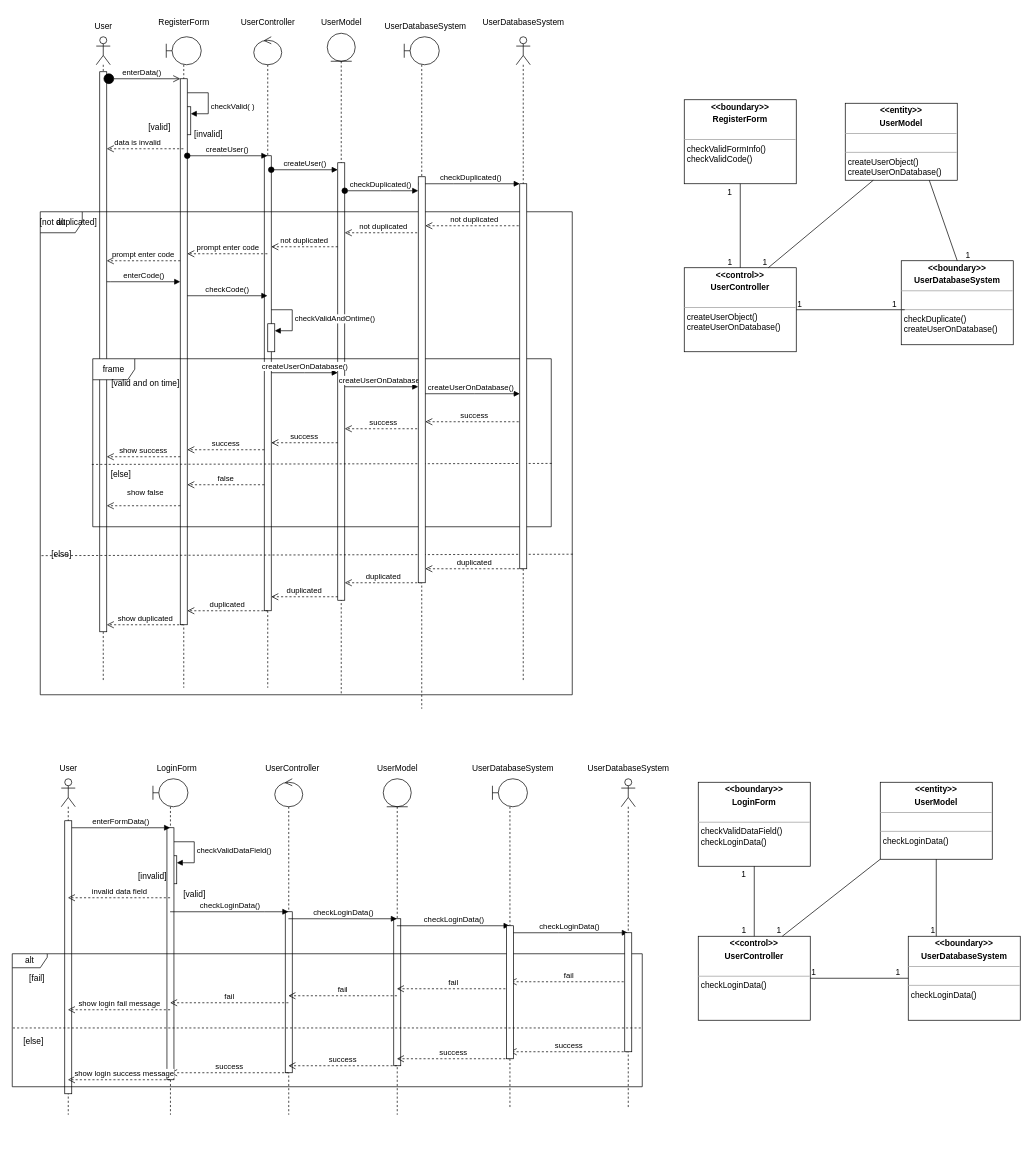
Before: sequenceDiagram.drawio in xuanthangsn/bicycle-rental-service, a draw.io diagram. Source tidied: cells renumbered, new cells numbered last; positions are measured from the earlier drawing's top-left corner, leaving out a move shared by most shapes. Both pictures are drawn from the tidied source at 70%, with x=0, y=0 at pixel (12, 12).
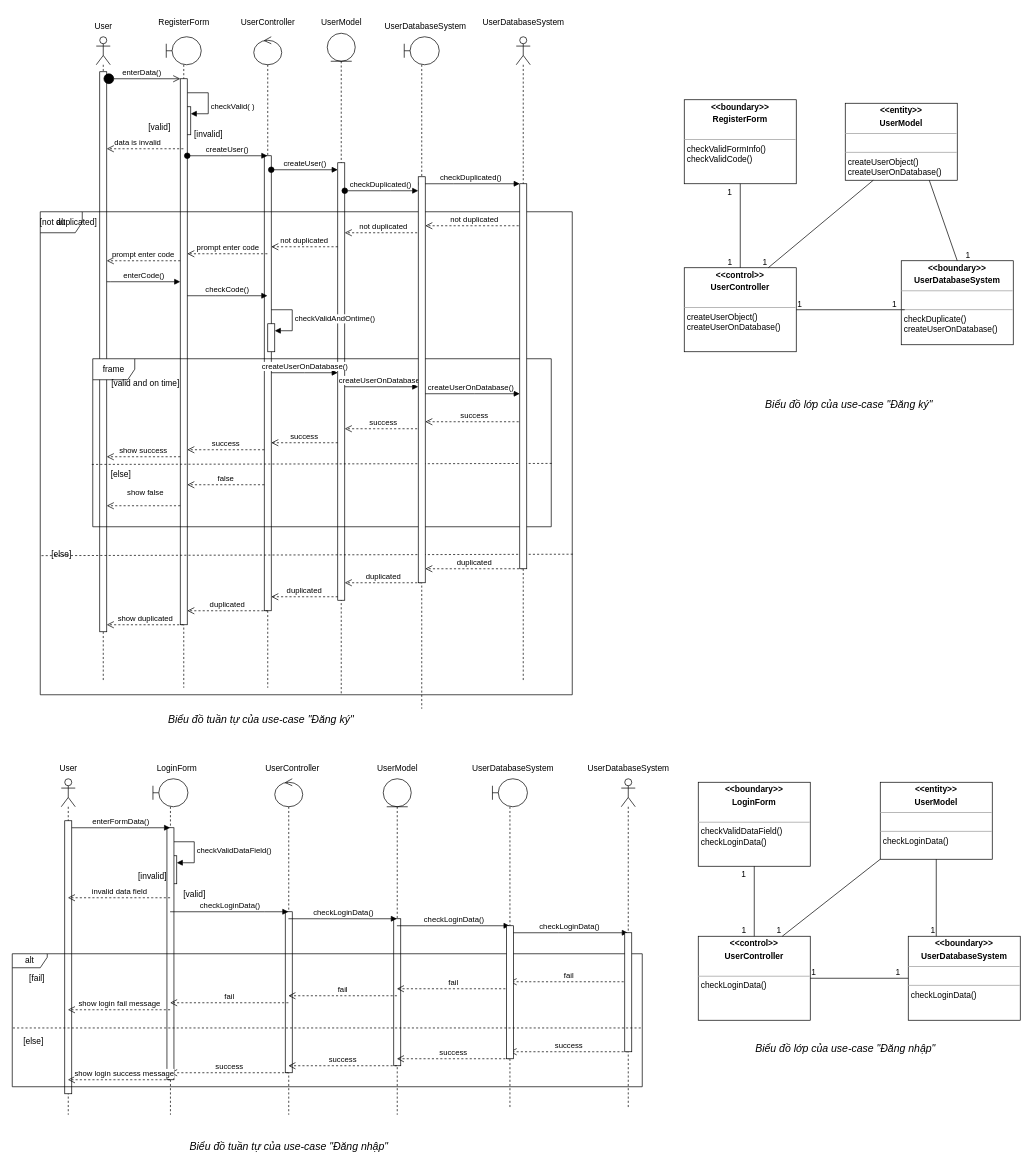
After the change.

What changed in the source:
```diff
@@
+    <mxCell id="133" value="&lt;i&gt;&lt;font style=&quot;font-size: 15px;&quot;&gt;Biểu đồ tuần tự của use-case &quot;Đăng ký&quot;&lt;/font&gt;&lt;/i&gt;" style="text;html=1;align=center;verticalAlign=middle;strokeColor=none;fillColor=none;" parent="1" vertex="1">
+      <mxGeometry x="210" y="995" width="290" height="30" as="geometry" />
+    </mxCell>
+    <mxCell id="134" value="&lt;i&gt;&lt;font style=&quot;font-size: 15px;&quot;&gt;Biểu đồ tuần tự của use-case &quot;Đăng nhập&quot;&lt;/font&gt;&lt;/i&gt;" style="text;html=1;align=center;verticalAlign=middle;strokeColor=none;fillColor=none;" parent="1" vertex="1">
+      <mxGeometry x="240" y="1605" width="310" height="30" as="geometry" />
+    </mxCell>
+    <mxCell id="135" value="&lt;i&gt;&lt;font style=&quot;font-size: 15px;&quot;&gt;Biểu đồ lớp của use-case &quot;Đăng ký&quot;&lt;/font&gt;&lt;/i&gt;" style="text;html=1;align=center;verticalAlign=middle;strokeColor=none;fillColor=none;" parent="1" vertex="1">
+      <mxGeometry x="1065" y="545" width="260" height="30" as="geometry" />
+    </mxCell>
+    <mxCell id="136" value="&lt;i&gt;&lt;font style=&quot;font-size: 15px;&quot;&gt;Biểu đồ lớp của use-case &quot;Đăng nhập&quot;&lt;/font&gt;&lt;/i&gt;" style="text;html=1;align=center;verticalAlign=middle;strokeColor=none;fillColor=none;" parent="1" vertex="1">
+      <mxGeometry x="1050" y="1465" width="280" height="30" as="geometry" />
+    </mxCell>
```
